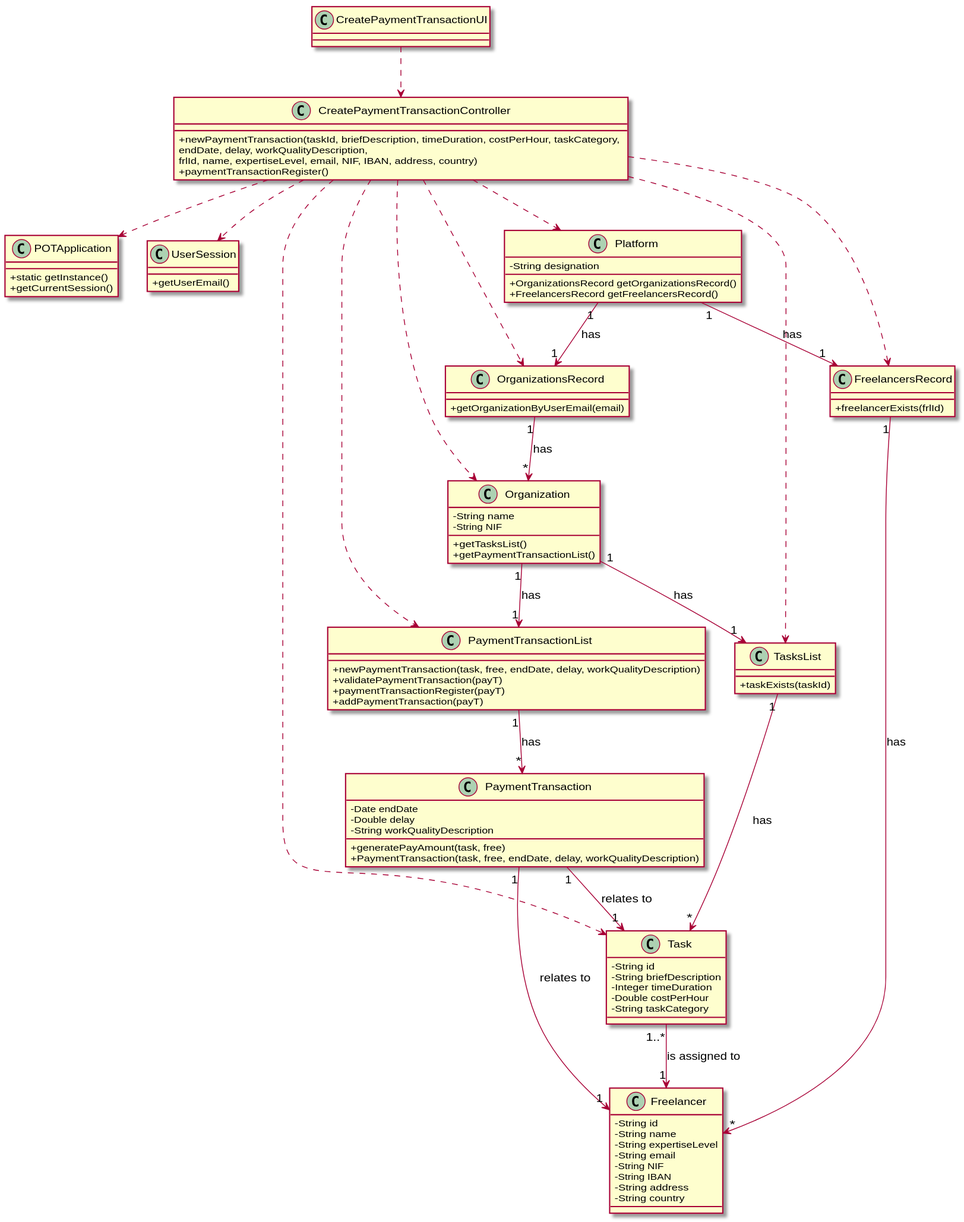
Before: docs/UC3 - Create Payment Transaction/UC3_CD.svg, a diagram exported from PlantUML (pedrolemos4/LAPR2).
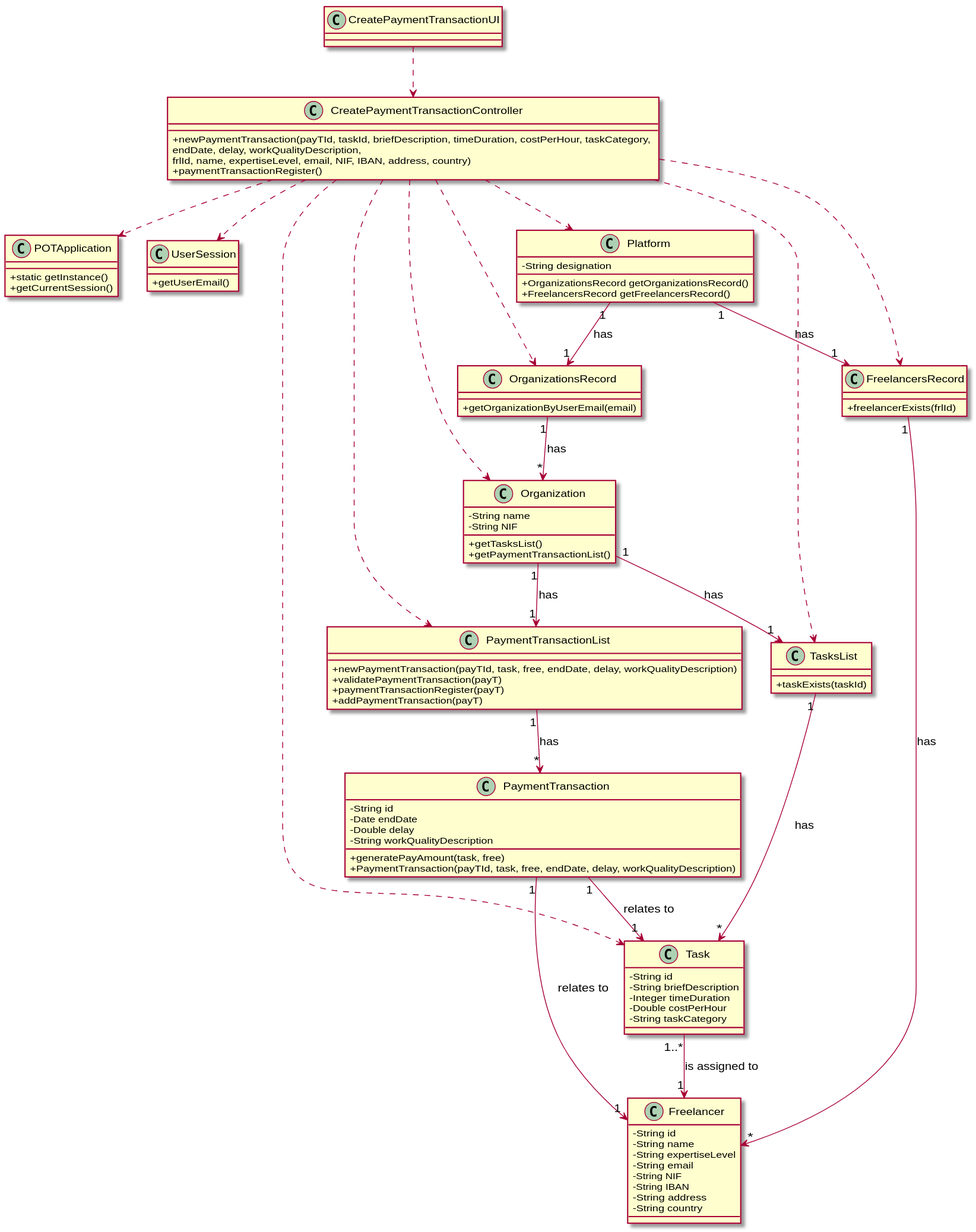
After the change.

What changed in the source:
```diff
@@ -58,7 +58,7 @@
 }
 
 class CreatePaymentTransactionController {
-  +newPaymentTransaction(taskId, briefDescription, timeDuration, costPerHour, taskCategory, \nendDate, delay, workQualityDescription, \nfrlId, name, expertiseLevel, email, NIF, IBAN, address, country)
+  +newPaymentTransaction(payTId, taskId, briefDescription, timeDuration, costPerHour, taskCategory, \nendDate, delay, workQualityDescription, \nfrlId, name, expertiseLevel, email, NIF, IBAN, address, country)
   +paymentTransactionRegister()
 }
 
@@ -66,15 +66,16 @@
 }
 
 class PaymentTransaction{
+  -String id
   -Date endDate
   -Double delay
   -String workQualityDescription
   +generatePayAmount(task, free)
-  +PaymentTransaction(task, free, endDate, delay, workQualityDescription)
+  +PaymentTransaction(payTId, task, free, endDate, delay, workQualityDescription)
 }
 
 class PaymentTransactionList{
-  +newPaymentTransaction(task, free, endDate, delay, workQualityDescription)
+  +newPaymentTransaction(payTId, task, free, endDate, delay, workQualityDescription)
   +validatePaymentTransaction(payT)
   +paymentTransactionRegister(payT)
   +addPaymentTransaction(payT)
```
